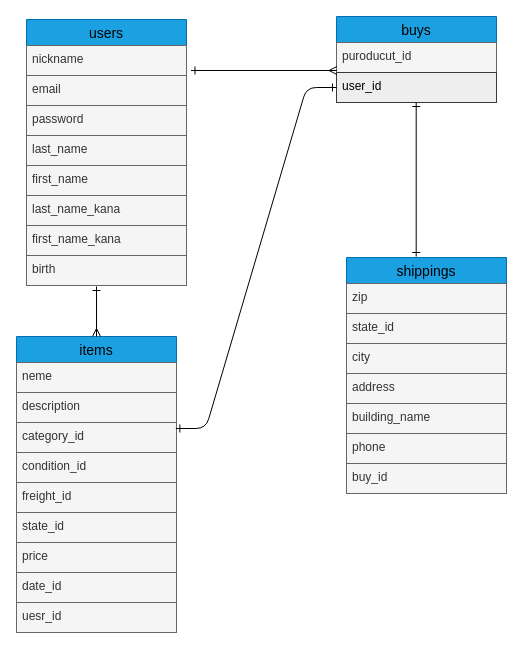
Above: page "ページ1" (1 of 2) of frima.dio in kamoshidadesu/furima-38934 (draw.io), before the change. Source tidied: cells renumbered, new cells numbered last; positions are measured from the earlier drawing's top-left corner, leaving out a move shared by most shapes. Both pictures are drawn from the tidied source at 100%, with x=0, y=0 at pixel (16, 16).
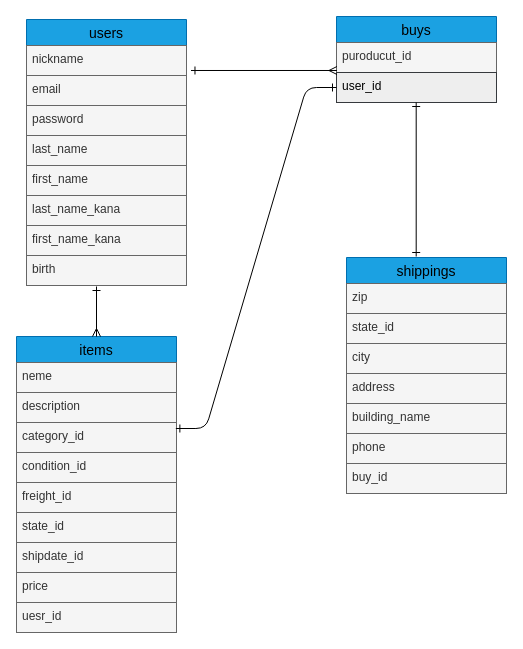
The same diagram, later.

Commit message (it also covers changes not shown here):
カラム名の変更

Unchanged cells that the change refers to:
```xml
<mxCell id="14" value="items" style="swimlane;fontStyle=0;horizontal=1;startSize=26;align=center;fontSize=14;fillColor=#1ba1e2;fontColor=#000000;strokeColor=#006EAF;" parent="1" vertex="1">
  <mxGeometry y="320" width="160" height="296" as="geometry" />
</mxCell>
```

The edit, as a diff of the source:
```diff
@@
-    <mxCell id="21" value="price" style="text;strokeColor=#666666;fillColor=#f5f5f5;spacingLeft=4;spacingRight=4;overflow=hidden;fontSize=12;fontColor=#333333;" parent="14" vertex="1">
+    <mxCell id="21" value="shipdate_id" style="text;strokeColor=#666666;fillColor=#f5f5f5;spacingLeft=4;spacingRight=4;overflow=hidden;fontSize=12;fontColor=#333333;" parent="14" vertex="1">
       <mxGeometry y="206" width="160" height="30" as="geometry" />
     </mxCell>
-    <mxCell id="22" value="date_id" style="text;strokeColor=#666666;fillColor=#f5f5f5;spacingLeft=4;spacingRight=4;overflow=hidden;fontSize=12;fontColor=#333333;" parent="14" vertex="1">
+    <mxCell id="22" value="price" style="text;strokeColor=#666666;fillColor=#f5f5f5;spacingLeft=4;spacingRight=4;overflow=hidden;fontSize=12;fontColor=#333333;" parent="14" vertex="1">
       <mxGeometry y="236" width="160" height="30" as="geometry" />
     </mxCell>
```
